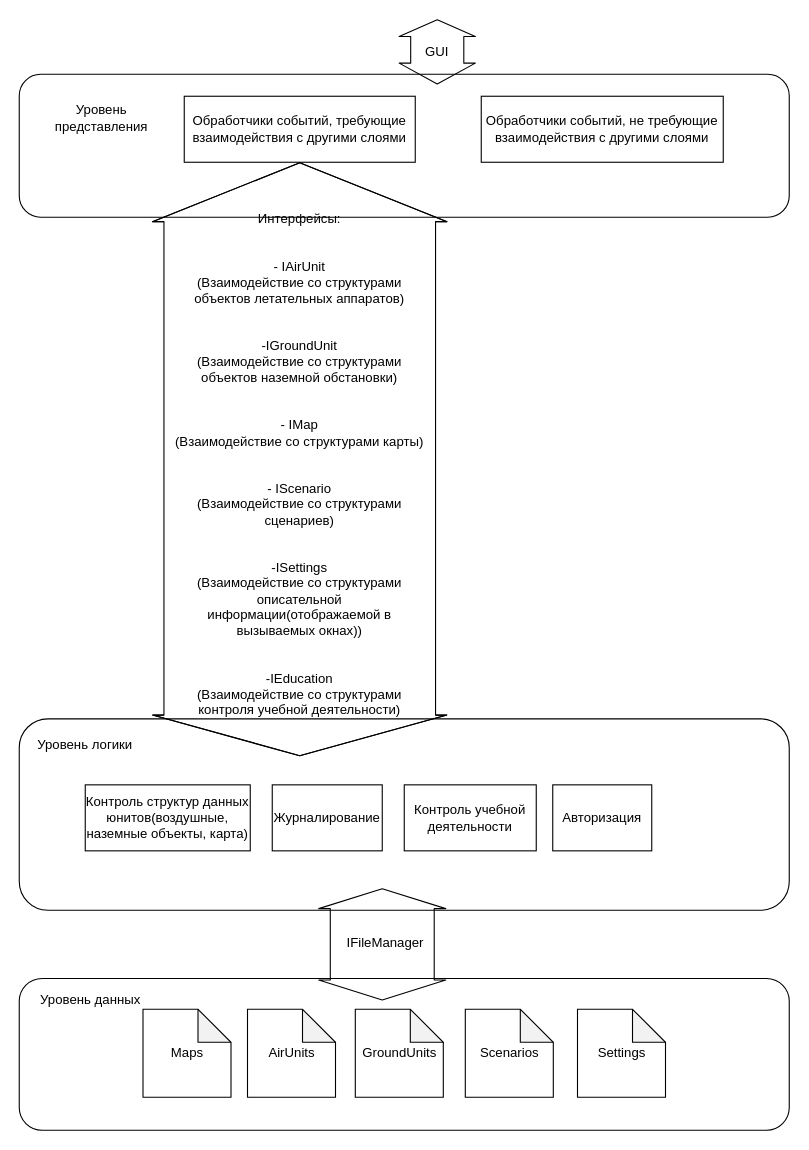
The draw.io diagram page "architecture" (3 of 4) of Untitled Diagram (2).drawio in Vladislav-Zhokhov/Common, before the edit. Source tidied: cells renumbered, new cells numbered last; positions are measured from the earlier drawing's top-left corner, leaving out a move shared by most shapes. Both pictures are drawn from the tidied source at 110%, with x=0, y=0 at pixel (19, 19).
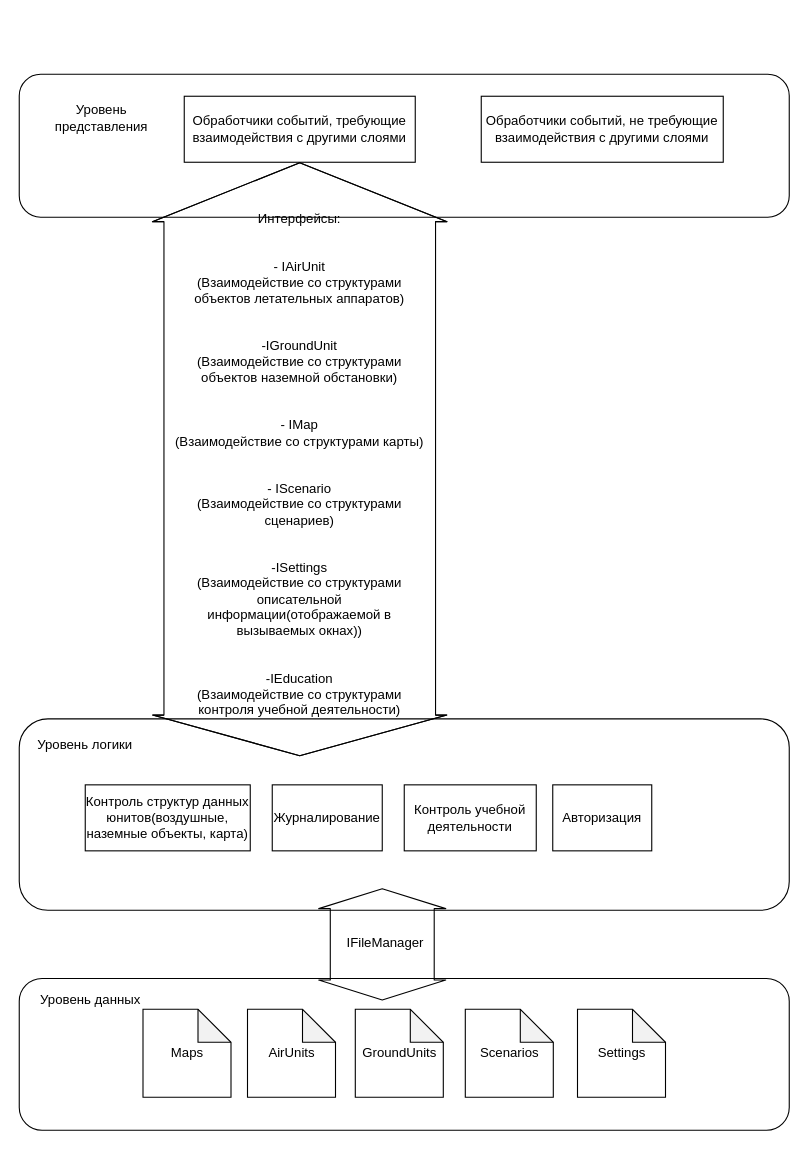
The same diagram, later.

Diff of the diagram source:
```diff
@@
-    <mxCell id="13" style="shape=flexArrow;endArrow=classic;startArrow=classic;html=1;width=48.275862068965516;endSize=4.744827586206896;" parent="1" edge="1">
-      <mxGeometry relative="1" as="geometry">
-        <mxPoint x="380" y="59.4" as="sourcePoint" />
-        <mxPoint x="380" as="targetPoint" />
-      </mxGeometry>
-    </mxCell>
-    <mxCell id="14" value="GUI" style="text;html=1;strokeColor=none;fillColor=none;align=center;verticalAlign=middle;whiteSpace=wrap;rounded=0;" parent="1" vertex="1">
-      <mxGeometry x="360" y="20" width="40" height="20" as="geometry" />
-    </mxCell>
```
